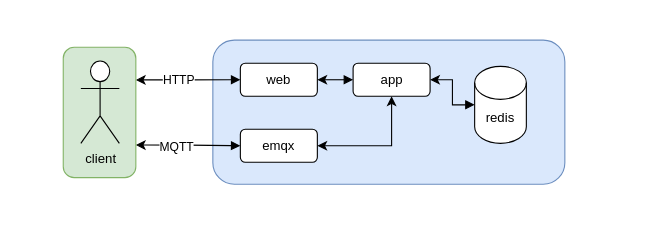
Earlier version of the draw.io diagram doc/overview.drawio (fjaderboll/datahub-redis). Source tidied: cells renumbered, new cells numbered last; positions are measured from the earlier drawing's top-left corner, leaving out a move shared by most shapes. Both pictures are drawn from the tidied source at 110%, with x=0, y=0 at pixel (63, 40).
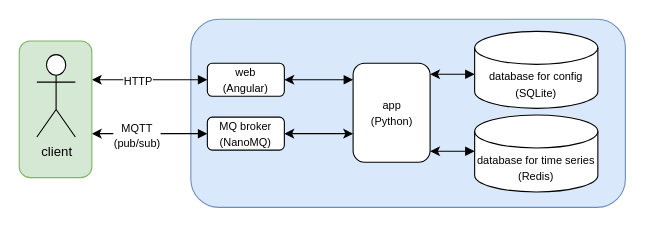
After the change.

Diff of the diagram source:
```diff
@@
     <mxCell id="2" style="rounded=1;whiteSpace=wrap;html=1;fillColor=#dae8fc;strokeColor=#6c8ebf;" parent="1" vertex="1">
-      <mxGeometry x="136" width="320" height="131" as="geometry" />
+      <mxGeometry x="116" y="-19" width="395" height="171" as="geometry" />
     </mxCell>
-    <mxCell id="3" style="edgeStyle=orthogonalEdgeStyle;rounded=0;jettySize=auto;html=1;exitX=1;exitY=0.5;exitDx=0;exitDy=0;startArrow=classic;startFill=1;endArrow=block;endFill=1;" parent="1" edge="1" source="15" target="8">
-      <mxGeometry relative="1" as="geometry" />
+    <mxCell id="3" style="edgeStyle=orthogonalEdgeStyle;rounded=0;jettySize=auto;html=1;startArrow=classic;startFill=1;endArrow=block;endFill=1;" parent="1" edge="1" source="15" target="8">
+      <mxGeometry relative="1" as="geometry">
+        <Array as="points">
+          <mxPoint x="366" y="31" />
+          <mxPoint x="366" y="31" />
+        </Array>
+      </mxGeometry>
     </mxCell>
-    <mxCell id="4" style="edgeStyle=orthogonalEdgeStyle;rounded=0;jettySize=auto;html=1;exitX=1;exitY=0.5;exitDx=0;exitDy=0;entryX=0;entryY=0.5;entryDx=0;entryDy=0;startArrow=classic;startFill=1;endArrow=block;endFill=1;" parent="1" edge="1" source="5" target="15">
-      <mxGeometry relative="1" as="geometry" />
+    <mxCell id="4" style="edgeStyle=orthogonalEdgeStyle;rounded=0;jettySize=auto;html=1;exitX=1;exitY=0.5;exitDx=0;exitDy=0;startArrow=classic;startFill=1;endArrow=block;endFill=1;" parent="1" edge="1" source="5" target="15">
+      <mxGeometry relative="1" as="geometry">
+        <Array as="points">
+          <mxPoint x="216" y="36" />
+          <mxPoint x="216" y="36" />
+        </Array>
+      </mxGeometry>
     </mxCell>
-    <mxCell id="5" value="web" style="rounded=1;whiteSpace=wrap;html=1;" parent="1" vertex="1">
-      <mxGeometry x="161" y="21" width="70" height="30" as="geometry" />
+    <mxCell id="5" value="&lt;font style=&quot;font-size: 10px;&quot;&gt;web&lt;br&gt;(Angular)&lt;/font&gt;" style="rounded=1;whiteSpace=wrap;html=1;" parent="1" vertex="1">
+      <mxGeometry x="131" y="21" width="70" height="30" as="geometry" />
     </mxCell>
-    <mxCell id="6" style="edgeStyle=orthogonalEdgeStyle;rounded=0;jettySize=auto;html=1;exitX=1;exitY=0.5;exitDx=0;exitDy=0;entryX=0.5;entryY=1;entryDx=0;entryDy=0;startArrow=classic;startFill=1;" parent="1" edge="1" source="7" target="15">
-      <mxGeometry relative="1" as="geometry" />
+    <mxCell id="6" style="edgeStyle=orthogonalEdgeStyle;rounded=0;jettySize=auto;html=1;startArrow=classic;startFill=1;" parent="1" edge="1" source="7" target="15">
+      <mxGeometry relative="1" as="geometry">
+        <Array as="points">
+          <mxPoint x="246" y="85" />
+          <mxPoint x="246" y="85" />
+        </Array>
+      </mxGeometry>
     </mxCell>
-    <mxCell id="7" value="emqx" style="rounded=1;whiteSpace=wrap;html=1;" parent="1" vertex="1">
-      <mxGeometry x="161" y="81" width="70" height="30" as="geometry" />
+    <mxCell id="7" value="&lt;font style=&quot;font-size: 10px;&quot;&gt;MQ broker&lt;br&gt;(NanoMQ)&lt;/font&gt;" style="rounded=1;whiteSpace=wrap;html=1;" parent="1" vertex="1">
+      <mxGeometry x="131" y="70" width="70" height="30" as="geometry" />
     </mxCell>
-    <mxCell id="8" value="redis" style="shape=cylinder3;whiteSpace=wrap;html=1;boundedLbl=1;backgroundOutline=1;size=15;" parent="1" vertex="1">
-      <mxGeometry x="374" y="23.8" width="47" height="70" as="geometry" />
+    <mxCell id="8" value="&lt;font style=&quot;font-size: 10px;&quot;&gt;database for config&lt;br&gt;(SQLite)&lt;/font&gt;" style="shape=cylinder3;whiteSpace=wrap;html=1;boundedLbl=1;backgroundOutline=1;size=15;" parent="1" vertex="1">
+      <mxGeometry x="374" y="-8" width="112" height="70" as="geometry" />
     </mxCell>
-    <mxCell id="9" style="edgeStyle=orthogonalEdgeStyle;rounded=0;jettySize=auto;html=1;exitX=1;exitY=0.25;exitDx=0;exitDy=0;entryX=0;entryY=0.5;entryDx=0;entryDy=0;startArrow=classic;startFill=1;endArrow=block;endFill=1;" parent="1" edge="1" source="13" target="5">
-      <mxGeometry relative="1" as="geometry" />
+    <mxCell id="9" style="edgeStyle=orthogonalEdgeStyle;rounded=0;jettySize=auto;html=1;entryX=0;entryY=0.5;entryDx=0;entryDy=0;startArrow=classic;startFill=1;endArrow=block;endFill=1;" parent="1" edge="1" source="13" target="5">
+      <mxGeometry relative="1" as="geometry">
+        <Array as="points">
+          <mxPoint x="56" y="36" />
+          <mxPoint x="56" y="36" />
+        </Array>
+      </mxGeometry>
     </mxCell>
-    <mxCell id="10" value="HTTP" style="edgeLabel;html=1;align=center;verticalAlign=middle;" parent="9" vertex="1">
-      <mxGeometry x="-0.19" y="1" relative="1" as="geometry" />
+    <mxCell id="10" value="&lt;font style=&quot;font-size: 10px;&quot;&gt;HTTP&lt;/font&gt;" style="edgeLabel;html=1;align=center;verticalAlign=middle;" parent="9" vertex="1">
+      <mxGeometry x="-0.19" y="1" relative="1" as="geometry">
+        <mxPoint x="-2" y="1" as="offset" />
+      </mxGeometry>
     </mxCell>
-    <mxCell id="11" style="edgeStyle=orthogonalEdgeStyle;rounded=0;jettySize=auto;html=1;exitX=1;exitY=0.75;exitDx=0;exitDy=0;startArrow=classic;startFill=1;endArrow=block;endFill=1;" parent="1" edge="1" source="13" target="7">
-      <mxGeometry relative="1" as="geometry" />
+    <mxCell id="11" style="edgeStyle=orthogonalEdgeStyle;rounded=0;jettySize=auto;html=1;startArrow=classic;startFill=1;endArrow=block;endFill=1;" parent="1" edge="1" source="13" target="7">
+      <mxGeometry relative="1" as="geometry">
+        <Array as="points">
+          <mxPoint x="106" y="85" />
+          <mxPoint x="106" y="85" />
+        </Array>
+      </mxGeometry>
     </mxCell>
-    <mxCell id="12" value="MQTT" style="edgeLabel;html=1;align=center;verticalAlign=middle;" parent="11" vertex="1">
+    <mxCell id="12" value="&lt;font style=&quot;font-size: 10px;&quot;&gt;MQTT&lt;br&gt;(pub/sub)&lt;/font&gt;" style="edgeLabel;html=1;align=center;verticalAlign=middle;" parent="11" vertex="1">
       <mxGeometry x="-0.23" y="-1" relative="1" as="geometry" />
     </mxCell>
     <mxCell id="13" style="rounded=1;whiteSpace=wrap;html=1;fillColor=#d5e8d4;strokeColor=#82b366;" parent="1" vertex="1">
-      <mxGeometry y="6.5" width="66" height="118.5" as="geometry" />
+      <mxGeometry x="-40" y="0.8" width="66" height="124.2" as="geometry" />
     </mxCell>
     <mxCell id="14" value="client" style="shape=umlActor;verticalLabelPosition=bottom;verticalAlign=top;html=1;" parent="1" vertex="1">
-      <mxGeometry x="16" y="19" width="35" height="74.8" as="geometry" />
+      <mxGeometry x="-24" y="13.2" width="35" height="74.8" as="geometry" />
     </mxCell>
-    <mxCell id="15" value="app" style="rounded=1;whiteSpace=wrap;html=1;" parent="1" vertex="1">
-      <mxGeometry x="263.5" y="21" width="70" height="30" as="geometry" />
+    <mxCell id="15" value="&lt;font style=&quot;font-size: 10px;&quot;&gt;app&lt;br&gt;(Python)&lt;/font&gt;" style="rounded=1;whiteSpace=wrap;html=1;" parent="1" vertex="1">
+      <mxGeometry x="263.5" y="21" width="70" height="90" as="geometry" />
     </mxCell>
+    <mxCell id="16" value="&lt;font style=&quot;font-size: 10px;&quot;&gt;database&amp;nbsp;for time series&lt;br&gt;(Redis)&lt;/font&gt;" style="shape=cylinder3;whiteSpace=wrap;html=1;boundedLbl=1;backgroundOutline=1;size=15;" parent="1" vertex="1">
+      <mxGeometry x="374" y="68" width="112" height="70" as="geometry" />
+    </mxCell>
+    <mxCell id="17" style="edgeStyle=orthogonalEdgeStyle;rounded=0;jettySize=auto;html=1;startArrow=classic;startFill=1;endArrow=block;endFill=1;" parent="1" edge="1" source="15" target="16">
+      <mxGeometry relative="1" as="geometry">
+        <Array as="points">
+          <mxPoint x="366" y="101" />
+          <mxPoint x="366" y="101" />
+        </Array>
+      </mxGeometry>
+    </mxCell>
```
